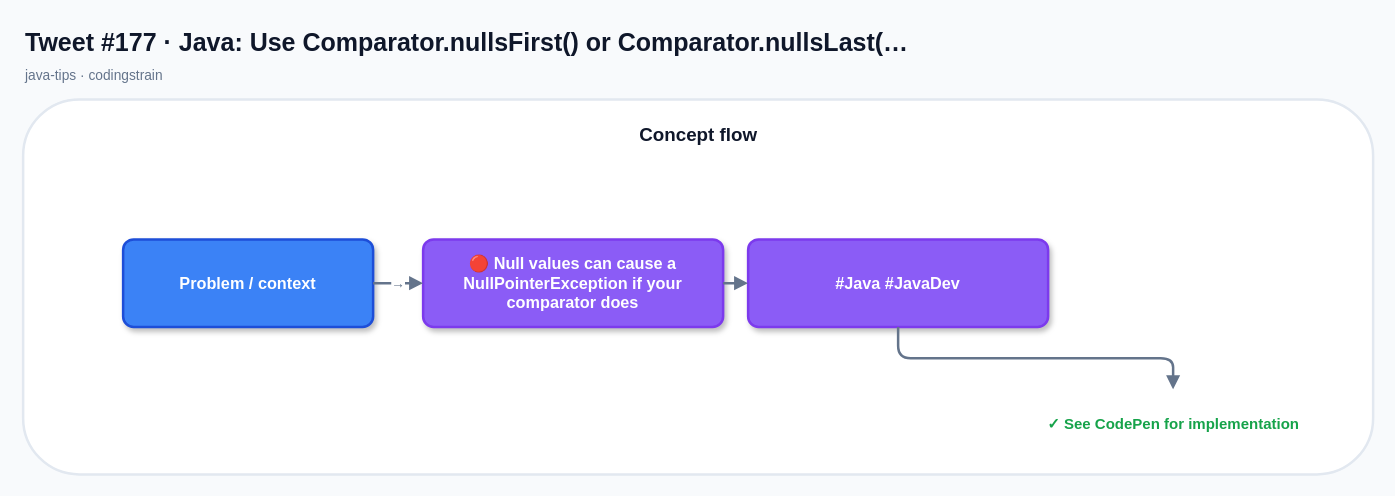
Above: x-posts-examples/generated-x-posts/drawio/tweet-177.drawio in mcasari/codingstrain (draw.io), before the change. Source tidied: cells renumbered, new cells numbered last; positions are measured from the earlier drawing's top-left corner, leaving out a move shared by most shapes. Both pictures are drawn from the tidied source at 125%, with x=0, y=0 at pixel (22, 21).
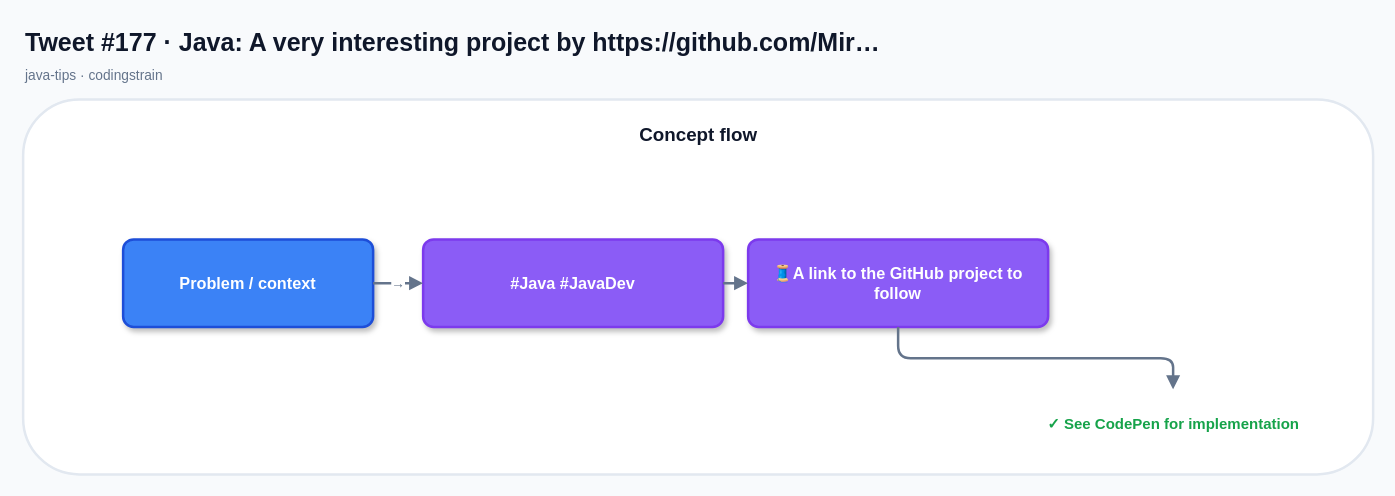
The same page after the edit.

Diff of the diagram source:
```diff
@@
 <mxGraphModel background="#F8FAFC">
   <root>
     <mxCell id="0" />
     <mxCell id="1" parent="0" />
-    <mxCell id="2" value="Tweet #177 · Java: Use Comparator.nullsFirst() or Comparator.nullsLast(…" style="text;html=1;strokeColor=none;fillColor=none;align=left;verticalAlign=middle;fontSize=20;fontStyle=1;fontColor=#0F172A;" parent="1" vertex="1">
+    <mxCell id="2" value="Tweet #177 · Java: A very interesting project by https://github.com/Mir…" style="text;html=1;strokeColor=none;fillColor=none;align=left;verticalAlign=middle;fontSize=20;fontStyle=1;fontColor=#0F172A;" parent="1" vertex="1">
       <mxGeometry width="760" height="32" as="geometry" />
     </mxCell>
     <mxCell id="3" value="java-tips · codingstrain" style="text;html=1;strokeColor=none;fillColor=none;align=left;verticalAlign=middle;fontSize=11;fontStyle=0;fontColor=#64748B;" parent="1" vertex="1">
       <mxGeometry y="32" width="520" height="22" as="geometry" />
     </mxCell>
     <mxCell id="4" style="rounded=1;fillColor=#FFFFFF;strokeColor=#E2E8F0;strokeWidth=2;shadow=0;" parent="1" vertex="1">
       <mxGeometry y="62" width="1080" height="300" as="geometry" />
     </mxCell>
     <mxCell id="5" value="Concept flow" style="text;html=1;strokeColor=none;fillColor=none;align=center;verticalAlign=middle;fontSize=15;fontStyle=1;fontColor=#0F172A;" parent="1" vertex="1">
       <mxGeometry x="20" y="76" width="1040" height="28" as="geometry" />
     </mxCell>
     <mxCell id="6" value="Problem / context" style="rounded=1;whiteSpace=wrap;html=1;arcSize=12;fillColor=#3B82F6;strokeColor=#1D4ED8;strokeWidth=2;fontColor=#FFFFFF;fontSize=13;fontStyle=1;shadow=1;align=center;verticalAlign=middle;" parent="1" vertex="1">
       <mxGeometry x="80" y="174" width="200" height="70" as="geometry" />
     </mxCell>
-    <mxCell id="7" value="🔴 Null values can cause a NullPointerException if your comparator does" style="rounded=1;whiteSpace=wrap;html=1;arcSize=12;fillColor=#8B5CF6;strokeColor=#7C3AED;strokeWidth=2;fontColor=#FFFFFF;fontSize=13;fontStyle=1;shadow=1;align=center;verticalAlign=middle;" parent="1" vertex="1">
+    <mxCell id="7" value="#Java #JavaDev" style="rounded=1;whiteSpace=wrap;html=1;arcSize=12;fillColor=#8B5CF6;strokeColor=#7C3AED;strokeWidth=2;fontColor=#FFFFFF;fontSize=13;fontStyle=1;shadow=1;align=center;verticalAlign=middle;" parent="1" vertex="1">
       <mxGeometry x="320" y="174" width="240" height="70" as="geometry" />
     </mxCell>
     <mxCell id="8" value="→" style="edgeStyle=orthogonalEdgeStyle;rounded=1;jettySize=auto;html=1;endArrow=block;endFill=1;startArrow=none;strokeColor=#64748B;strokeWidth=2;fontColor=#64748B;fontSize=11;" parent="1" edge="1" source="6" target="7">
       <mxGeometry relative="1" as="geometry" />
     </mxCell>
-    <mxCell id="9" value="#Java #JavaDev" style="rounded=1;whiteSpace=wrap;html=1;arcSize=12;fillColor=#8B5CF6;strokeColor=#7C3AED;strokeWidth=2;fontColor=#FFFFFF;fontSize=13;fontStyle=1;shadow=1;align=center;verticalAlign=middle;" parent="1" vertex="1">
+    <mxCell id="9" value="🧵A link to the GitHub project to follow" style="rounded=1;whiteSpace=wrap;html=1;arcSize=12;fillColor=#8B5CF6;strokeColor=#7C3AED;strokeWidth=2;fontColor=#FFFFFF;fontSize=13;fontStyle=1;shadow=1;align=center;verticalAlign=middle;" parent="1" vertex="1">
       <mxGeometry x="580" y="174" width="240" height="70" as="geometry" />
     </mxCell>
     <mxCell id="10" style="edgeStyle=orthogonalEdgeStyle;rounded=1;jettySize=auto;html=1;endArrow=block;endFill=1;startArrow=none;strokeColor=#64748B;strokeWidth=2;fontColor=#64748B;fontSize=11;" parent="1" edge="1" source="7" target="9">
       <mxGeometry relative="1" as="geometry" />
     </mxCell>
     <mxCell id="11" value="✓ See CodePen for implementation" style="text;html=1;strokeColor=none;fillColor=none;align=center;verticalAlign=middle;fontSize=12;fontStyle=1;fontColor=#16A34A;" parent="1" vertex="1">
       <mxGeometry x="800" y="294" width="240" height="56" as="geometry" />
     </mxCell>
     <mxCell id="12" style="edgeStyle=orthogonalEdgeStyle;rounded=1;jettySize=auto;html=1;endArrow=block;endFill=1;startArrow=none;strokeColor=#64748B;strokeWidth=2;fontColor=#64748B;fontSize=11;" parent="1" edge="1" source="9" target="11">
       <mxGeometry relative="1" as="geometry" />
     </mxCell>
   </root>
 </mxGraphModel>
```
